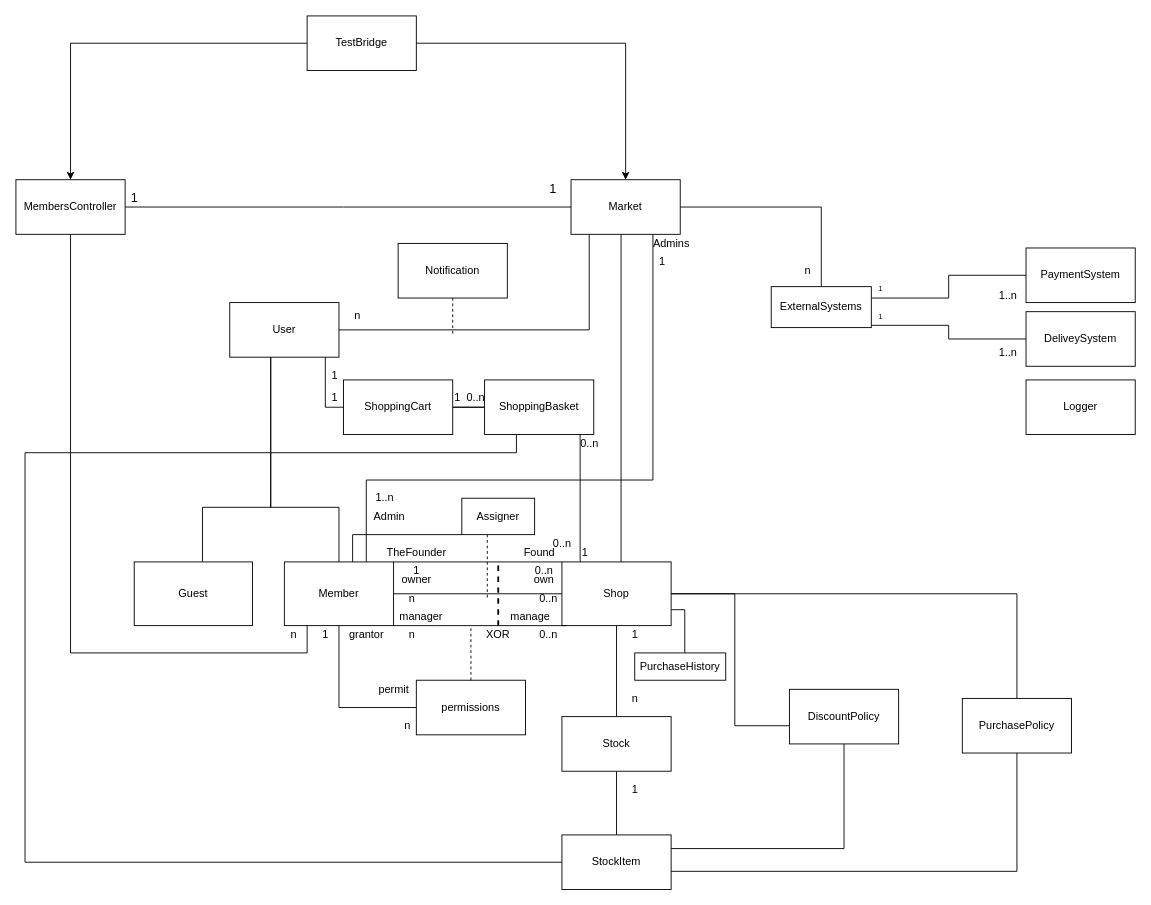
Earlier version of the draw.io diagram Docs/V0.2_WhiteDiagram.drawio (mikecprogram/workshop-special-potato-shuk). Source tidied: cells renumbered, new cells numbered last; positions are measured from the earlier drawing's top-left corner, leaving out a move shared by most shapes. Both pictures are drawn from the tidied source at 91%, with x=0, y=0 at pixel (15, 15).
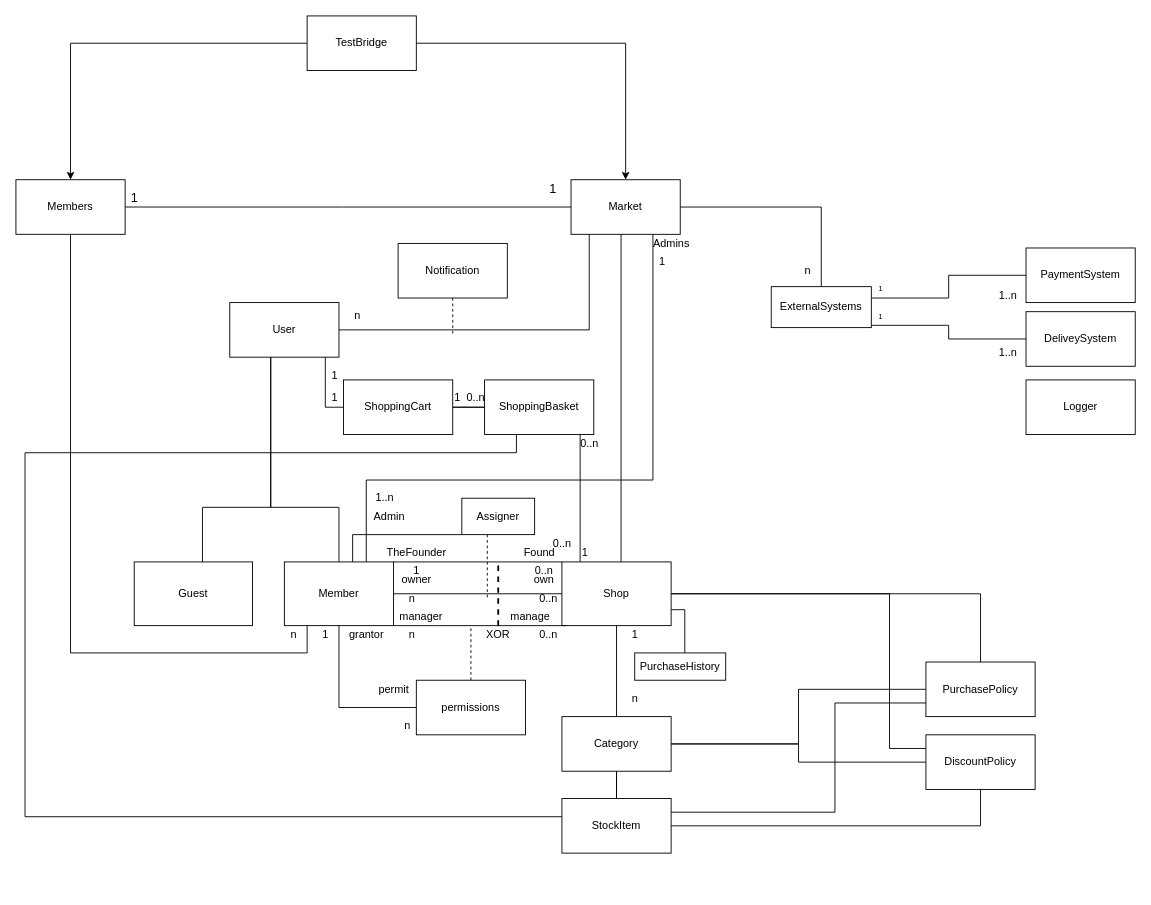
After the change.

Unchanged cells that the change refers to:
```xml
<mxCell id="14" value="Shop" style="rounded=0;whiteSpace=wrap;html=1;" parent="1" vertex="1">
  <mxGeometry x="600" y="600" width="120" height="70" as="geometry" />
</mxCell>
<mxCell id="54" value="ShoppingCart" style="rounded=0;whiteSpace=wrap;html=1;" parent="1" vertex="1">
  <mxGeometry x="360" y="400" width="120" height="60" as="geometry" />
</mxCell>
```

The edit, as a diff of the source:
```diff
@@
+    <mxCell id="69" style="edgeStyle=orthogonalEdgeStyle;rounded=0;jettySize=auto;html=1;exitX=1;exitY=0.5;exitDx=0;exitDy=0;entryX=0;entryY=0.25;entryDx=0;entryDy=0;endArrow=none;endFill=0;" parent="1" edge="1" source="14" target="73">
+      <mxGeometry relative="1" as="geometry">
+        <Array as="points">
+          <mxPoint x="960" y="635" />
+          <mxPoint x="960" y="805" />
+        </Array>
+      </mxGeometry>
+    </mxCell>
@@
-    <mxCell id="15" style="edgeStyle=orthogonalEdgeStyle;rounded=0;jettySize=auto;html=1;endArrow=none;endFill=0;endSize=15;strokeColor=#000000;" parent="1" edge="1" source="16" target="25">
-      <mxGeometry relative="1" as="geometry" />
-    </mxCell>
-    <mxCell id="16" value="StockItem" style="rounded=0;whiteSpace=wrap;html=1;" parent="1" vertex="1">
-      <mxGeometry x="600" y="900" width="120" height="60" as="geometry" />
-    </mxCell>
@@
-    <mxCell id="18" value="1" style="text;html=1;align=center;verticalAlign=middle;strokeColor=none;fillColor=none;" parent="1" vertex="1">
-      <mxGeometry x="670" y="840" width="20" height="20" as="geometry" />
-    </mxCell>
@@
+    <mxCell id="95" style="edgeStyle=orthogonalEdgeStyle;rounded=0;jettySize=auto;html=1;exitX=0.5;exitY=1;exitDx=0;exitDy=0;entryX=0.5;entryY=0;entryDx=0;entryDy=0;endArrow=none;endFill=0;" parent="1" edge="1" source="25" target="16">
+      <mxGeometry relative="1" as="geometry" />
+    </mxCell>
+    <mxCell id="96" style="edgeStyle=orthogonalEdgeStyle;rounded=0;jettySize=auto;html=1;exitX=1;exitY=0.5;exitDx=0;exitDy=0;entryX=0;entryY=0.5;entryDx=0;entryDy=0;endArrow=none;endFill=0;" parent="1" edge="1" source="25" target="71">
+      <mxGeometry relative="1" as="geometry" />
+    </mxCell>
+    <mxCell id="97" style="edgeStyle=orthogonalEdgeStyle;rounded=0;jettySize=auto;html=1;exitX=1;exitY=0.5;exitDx=0;exitDy=0;endArrow=none;endFill=0;" parent="1" edge="1" source="25" target="73">
+      <mxGeometry relative="1" as="geometry" />
+    </mxCell>
-    <mxCell id="25" value="Stock" style="rounded=0;whiteSpace=wrap;html=1;" parent="1" vertex="1">
+    <mxCell id="25" value="Category" style="rounded=0;whiteSpace=wrap;html=1;" parent="1" vertex="1">
       <mxGeometry x="600" y="770" width="120" height="60" as="geometry" />
     </mxCell>
@@
-    <mxCell id="53" style="edgeStyle=orthogonalEdgeStyle;rounded=0;jettySize=auto;html=1;fontSize=14;endArrow=none;endFill=0;entryX=0;entryY=0.5;entryDx=0;entryDy=0;" parent="1" edge="1" source="54" target="16">
+    <mxCell id="53" style="edgeStyle=orthogonalEdgeStyle;rounded=0;jettySize=auto;html=1;fontSize=14;endArrow=none;endFill=0;" parent="1" edge="1" source="54" target="25">
       <mxGeometry relative="1" as="geometry">
         <Array as="points">
           <mxPoint x="550" y="430" />
           <mxPoint x="550" y="480" />
           <mxPoint x="10" y="480" />
-          <mxPoint x="10" y="930" />
+          <mxPoint x="10" y="880" />
+          <mxPoint x="660" y="880" />
         </Array>
       </mxGeometry>
     </mxCell>
@@
-    <mxCell id="66" value="MembersController" style="rounded=0;whiteSpace=wrap;html=1;" parent="1" vertex="1">
+    <mxCell id="66" value="Members" style="rounded=0;whiteSpace=wrap;html=1;" parent="1" vertex="1">
       <mxGeometry y="180" width="120" height="60" as="geometry" />
     </mxCell>
@@
-    <mxCell id="69" style="rounded=0;jettySize=auto;html=1;endArrow=none;endFill=0;edgeStyle=orthogonalEdgeStyle;" parent="1" edge="1" source="14" target="73">
-      <mxGeometry relative="1" as="geometry">
-        <Array as="points">
-          <mxPoint x="790" y="635" />
-          <mxPoint x="790" y="780" />
-        </Array>
-      </mxGeometry>
-    </mxCell>
-    <mxCell id="70" style="edgeStyle=orthogonalEdgeStyle;rounded=0;jettySize=auto;html=1;fontSize=14;endArrow=none;endFill=0;" parent="1" edge="1" source="71" target="16">
-      <mxGeometry relative="1" as="geometry">
-        <Array as="points">
-          <mxPoint x="1100" y="940" />
-        </Array>
-      </mxGeometry>
-    </mxCell>
     <mxCell id="71" value="&lt;span style=&quot;background-color: rgb(255 , 255 , 255)&quot;&gt;PurchasePolicy&lt;/span&gt;" style="rounded=0;whiteSpace=wrap;html=1;" parent="1" vertex="1">
-      <mxGeometry x="1040" y="750" width="120" height="60" as="geometry" />
+      <mxGeometry x="1000" y="710" width="120" height="60" as="geometry" />
     </mxCell>
-    <mxCell id="72" style="edgeStyle=orthogonalEdgeStyle;rounded=0;jettySize=auto;html=1;fontSize=14;endArrow=none;endFill=0;entryX=1;entryY=0.25;entryDx=0;entryDy=0;" parent="1" edge="1" source="73" target="16">
-      <mxGeometry relative="1" as="geometry">
-        <Array as="points">
-          <mxPoint x="910" y="915" />
-        </Array>
-      </mxGeometry>
-    </mxCell>
     <mxCell id="73" value="&lt;span lang=&quot;EN-US&quot; style=&quot;font-size: 9pt ; line-height: 107% ; font-family: &amp;#34;helvetica&amp;#34; , sans-serif&quot;&gt;DiscountPolicy&lt;/span&gt;" style="rounded=0;whiteSpace=wrap;html=1;" parent="1" vertex="1">
-      <mxGeometry x="850" y="740" width="120" height="60" as="geometry" />
+      <mxGeometry x="1000" y="790" width="120" height="60" as="geometry" />
     </mxCell>
@@
+    <mxCell id="98" style="edgeStyle=orthogonalEdgeStyle;rounded=0;jettySize=auto;html=1;exitX=1;exitY=0.5;exitDx=0;exitDy=0;entryX=0.5;entryY=1;entryDx=0;entryDy=0;endArrow=none;endFill=0;" parent="1" edge="1" source="16" target="73">
+      <mxGeometry relative="1" as="geometry" />
+    </mxCell>
+    <mxCell id="99" style="edgeStyle=orthogonalEdgeStyle;rounded=0;jettySize=auto;html=1;exitX=1;exitY=0.25;exitDx=0;exitDy=0;entryX=0;entryY=0.75;entryDx=0;entryDy=0;endArrow=none;endFill=0;" parent="1" edge="1" source="16" target="71">
+      <mxGeometry relative="1" as="geometry">
+        <Array as="points">
+          <mxPoint x="900" y="875" />
+          <mxPoint x="900" y="755" />
+        </Array>
+      </mxGeometry>
+    </mxCell>
+    <mxCell id="16" value="StockItem" style="rounded=0;whiteSpace=wrap;html=1;" parent="1" vertex="1">
+      <mxGeometry x="600" y="860" width="120" height="60" as="geometry" />
+    </mxCell>
```
